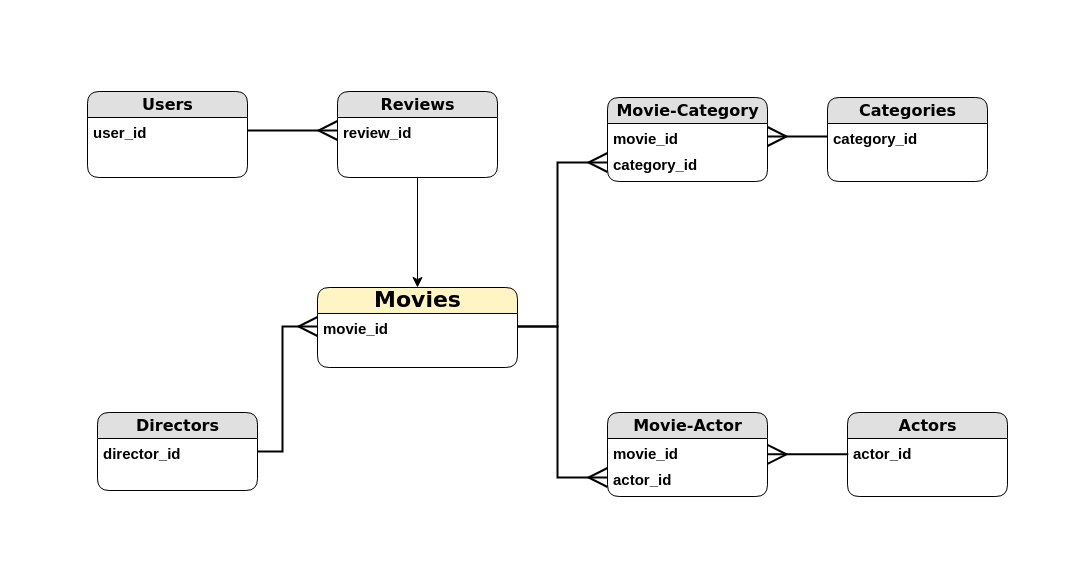
georgiosKachrimanis/MovieDB keeps this draw.io diagram as db/Untitled Diagram.drawio. Above is the earlier version. Source tidied: cells renumbered, new cells numbered last; positions are measured from the earlier drawing's top-left corner, leaving out a move shared by most shapes. Both pictures are drawn from the tidied source at 100%, with x=0, y=0 at pixel (87, 91).
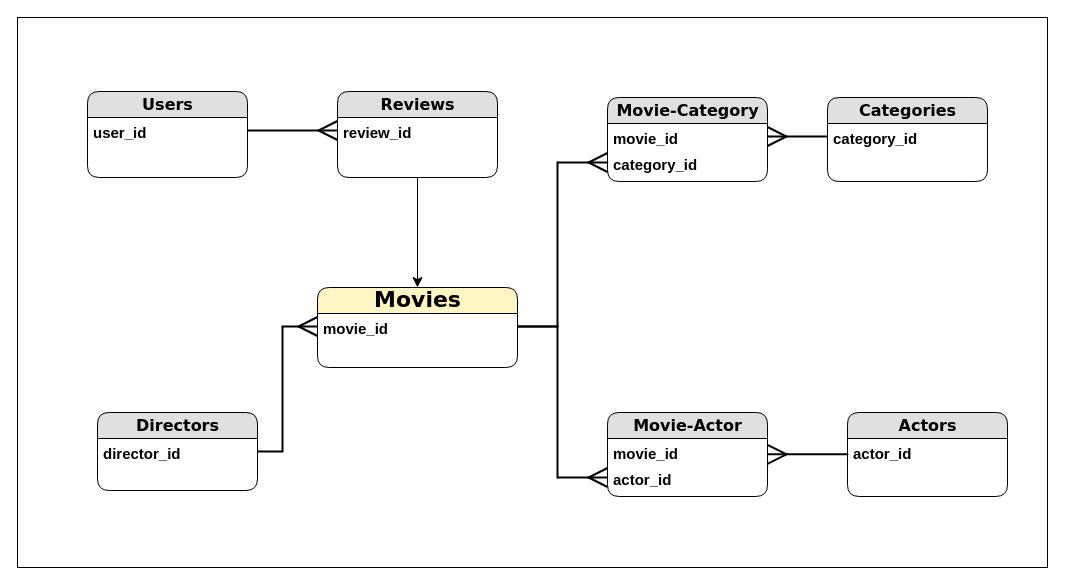
The same page after the edit.

Change to the diagram source:
```diff
@@
+    <mxCell id="27" style="rounded=0;whiteSpace=wrap;html=1;" parent="1" vertex="1">
+      <mxGeometry x="-70" y="-74" width="1030" height="550" as="geometry" />
+    </mxCell>
```
